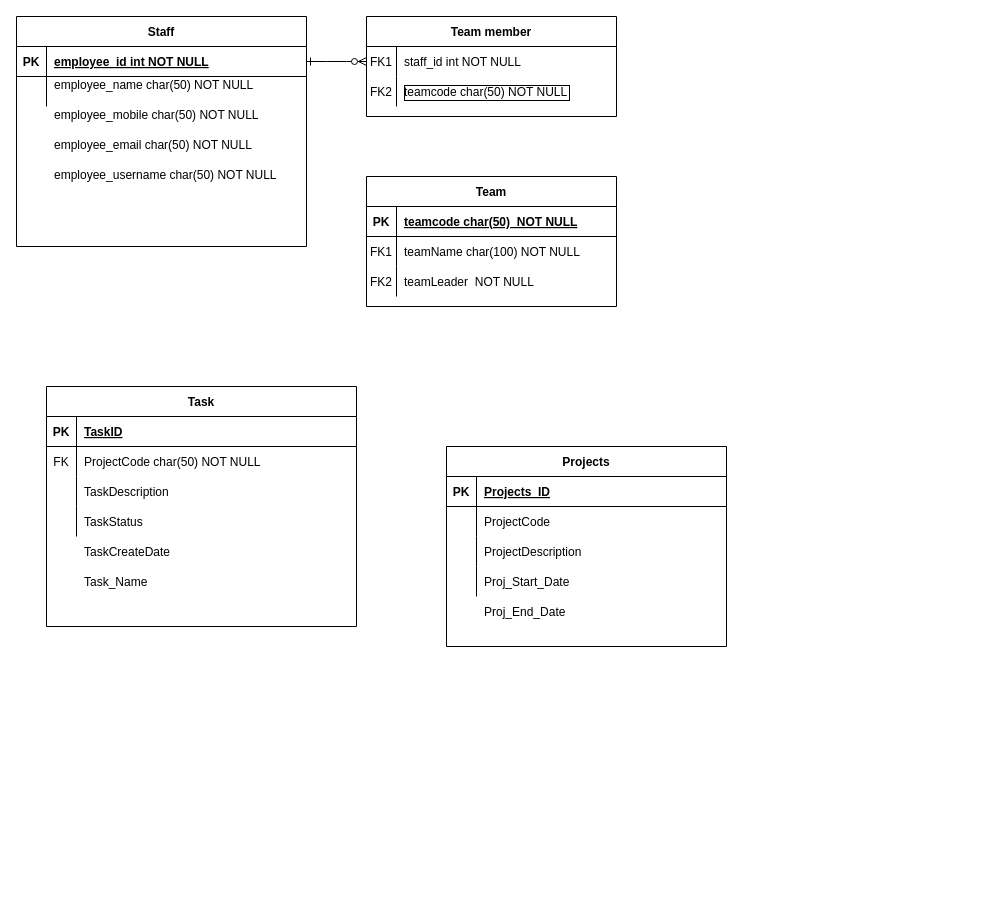
Before: Untitled Diagram.drawio in rdazmn/FYP, a draw.io diagram. Source tidied: cells renumbered, new cells numbered last; positions are measured from the earlier drawing's top-left corner, leaving out a move shared by most shapes. Both pictures are drawn from the tidied source at 100%, with x=0, y=0 at pixel (16, 16).
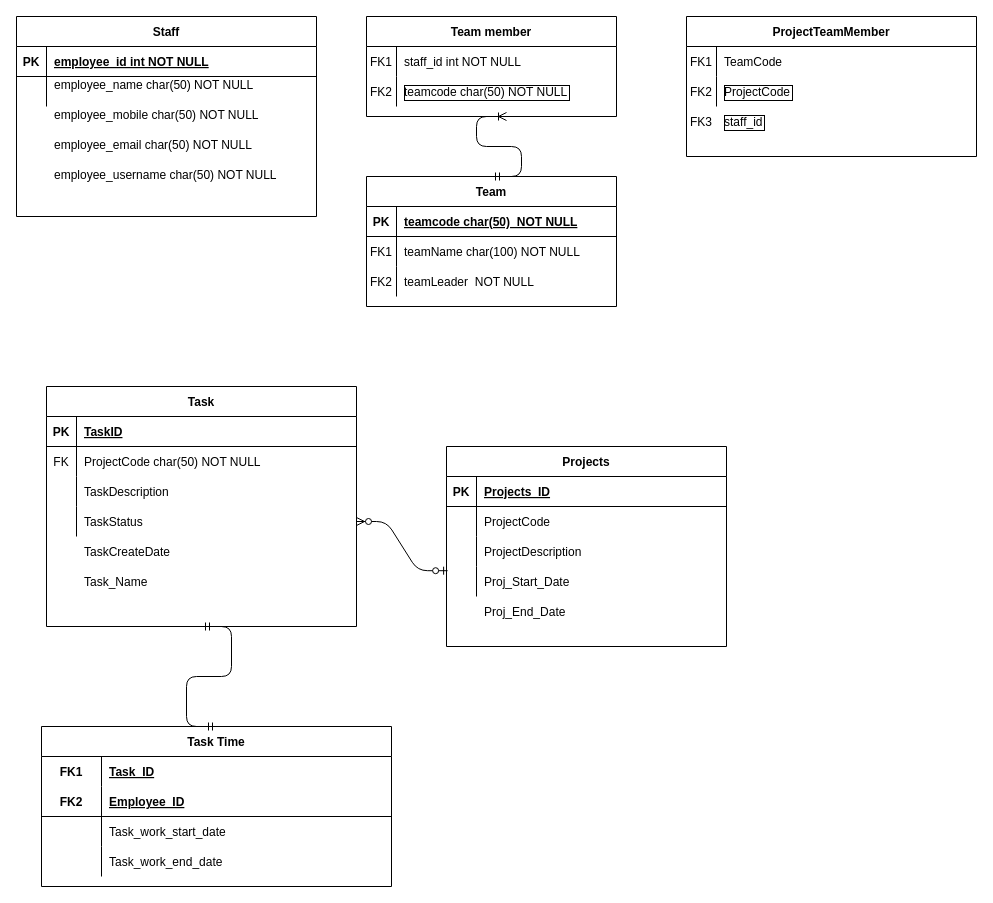
Above is the later version.

Unchanged cells that the change refers to:
```xml
<mxCell id="4" style="shape=partialRectangle;fillColor=none;points=[[0,0.5],[1,0.5]];portConstraint=eastwest;top=0;left=0;right=0;bottom=0;" parent="3" vertex="1">
  <mxGeometry y="30" width="250" height="30" as="geometry" />
</mxCell>
<mxCell id="10" value="Team" style="shape=table;startSize=30;childLayout=tableLayout;rowLines=0;fontStyle=1;align=center;" parent="1" vertex="1">
  <mxGeometry x="350" y="160" width="250" height="130" as="geometry" />
</mxCell>
<mxCell id="31" value="Task" style="shape=table;startSize=30;childLayout=tableLayout;rowLines=0;fontStyle=1;align=center;" parent="1" vertex="1">
  <mxGeometry x="30" y="370" width="310" height="240" as="geometry" />
</mxCell>
<mxCell id="41" style="shape=partialRectangle;fillColor=none;top=0;left=0;bottom=0;right=0;points=[[0,0.5],[1,0.5]];portConstraint=eastwest;" parent="31" vertex="1">
  <mxGeometry y="120" width="310" height="30" as="geometry" />
</mxCell>
<mxCell id="60" style="shape=partialRectangle;fillColor=none;top=0;left=0;bottom=0;right=0;points=[[0,0.5],[1,0.5]];portConstraint=eastwest;" parent="50" vertex="1">
  <mxGeometry y="120" width="280" height="30" as="geometry" />
</mxCell>
```

Diff of the diagram source:
```diff
@@
-    <mxCell id="2" style="edgeStyle=entityRelationEdgeStyle;endArrow=ERzeroToMany;startArrow=ERone;endFill=1;startFill=0;" parent="1" edge="1" source="21" target="4">
-      <mxGeometry relative="1" as="geometry" />
-    </mxCell>
@@
     <mxCell id="20" value="Staff" style="shape=table;startSize=30;childLayout=tableLayout;rowLines=0;fontStyle=1;align=center;" parent="1" vertex="1">
-      <mxGeometry width="290" height="230" as="geometry" />
+      <mxGeometry width="300" height="200" as="geometry" />
     </mxCell>
     <mxCell id="21" style="shape=partialRectangle;fillColor=none;points=[[0,0.5],[1,0.5]];portConstraint=eastwest;top=0;left=0;right=0;bottom=1;" parent="20" vertex="1">
-      <mxGeometry y="30" width="290" height="30" as="geometry" />
+      <mxGeometry y="30" width="300" height="30" as="geometry" />
     </mxCell>
@@
     <mxCell id="23" value="employee_id int NOT NULL " style="shape=partialRectangle;overflow=hidden;fillColor=none;top=0;left=0;bottom=0;right=0;align=left;spacingLeft=6;fontStyle=5;" parent="21" vertex="1">
-      <mxGeometry x="30" width="260" height="30" as="geometry" />
+      <mxGeometry x="30" width="270" height="30" as="geometry" />
     </mxCell>
     <mxCell id="24" style="shape=partialRectangle;fillColor=none;top=0;left=0;right=0;bottom=0;" parent="20" vertex="1">
-      <mxGeometry y="60" width="290" height="30" as="geometry" />
+      <mxGeometry y="60" width="300" height="30" as="geometry" />
     </mxCell>
@@
     <mxCell id="26" value="employee_name char(50) NOT NULL&#10;" style="shape=partialRectangle;overflow=hidden;fillColor=none;top=0;left=0;bottom=0;right=0;align=left;spacingLeft=6;" parent="24" vertex="1">
-      <mxGeometry x="30" width="260" height="30" as="geometry" />
+      <mxGeometry x="30" width="270" height="30" as="geometry" />
     </mxCell>
@@
+    <mxCell id="64" value="Task Time" style="shape=table;startSize=30;childLayout=tableLayout;rowLines=0;fontStyle=1;align=center;" parent="1" vertex="1">
+      <mxGeometry x="25" y="710" width="350" height="160" as="geometry" />
+    </mxCell>
+    <mxCell id="65" style="shape=partialRectangle;fillColor=none;top=0;left=0;bottom=0;right=0;" parent="64" vertex="1">
+      <mxGeometry y="30" width="350" height="30" as="geometry" />
+    </mxCell>
+    <mxCell id="66" value="FK1" style="shape=partialRectangle;fillColor=none;top=0;left=0;bottom=0;right=0;fontStyle=1;overflow=hidden;" parent="65" vertex="1">
+      <mxGeometry width="60" height="30" as="geometry" />
+    </mxCell>
+    <mxCell id="67" value="Task_ID" style="shape=partialRectangle;fillColor=none;top=0;left=0;bottom=0;right=0;align=left;spacingLeft=6;fontStyle=5;overflow=hidden;" parent="65" vertex="1">
+      <mxGeometry x="60" width="290" height="30" as="geometry" />
+    </mxCell>
+    <mxCell id="68" style="shape=partialRectangle;fillColor=none;top=0;left=0;bottom=1;right=0;" parent="64" vertex="1">
+      <mxGeometry y="60" width="350" height="30" as="geometry" />
+    </mxCell>
+    <mxCell id="69" value="FK2" style="shape=partialRectangle;fillColor=none;top=0;left=0;bottom=0;right=0;fontStyle=1;overflow=hidden;" parent="68" vertex="1">
+      <mxGeometry width="60" height="30" as="geometry" />
+    </mxCell>
+    <mxCell id="70" value="Employee_ID" style="shape=partialRectangle;fillColor=none;top=0;left=0;bottom=0;right=0;align=left;spacingLeft=6;fontStyle=5;overflow=hidden;" parent="68" vertex="1">
+      <mxGeometry x="60" width="290" height="30" as="geometry" />
+    </mxCell>
+    <mxCell id="71" style="shape=partialRectangle;fillColor=none;top=0;left=0;bottom=0;right=0;" parent="64" vertex="1">
+      <mxGeometry y="90" width="350" height="30" as="geometry" />
+    </mxCell>
+    <mxCell id="72" style="shape=partialRectangle;fillColor=none;top=0;left=0;bottom=0;right=0;overflow=hidden;" parent="71" vertex="1">
+      <mxGeometry width="60" height="30" as="geometry" />
+    </mxCell>
+    <mxCell id="73" value="Task_work_start_date" style="shape=partialRectangle;fillColor=none;top=0;left=0;bottom=0;right=0;align=left;spacingLeft=6;overflow=hidden;" parent="71" vertex="1">
+      <mxGeometry x="60" width="290" height="30" as="geometry" />
+    </mxCell>
+    <mxCell id="74" style="shape=partialRectangle;fillColor=none;top=0;left=0;bottom=0;right=0;" parent="64" vertex="1">
+      <mxGeometry y="120" width="350" height="30" as="geometry" />
+    </mxCell>
+    <mxCell id="75" style="shape=partialRectangle;fillColor=none;top=0;left=0;bottom=0;right=0;overflow=hidden;" parent="74" vertex="1">
+      <mxGeometry width="60" height="30" as="geometry" />
+    </mxCell>
+    <mxCell id="76" value="Task_work_end_date" style="shape=partialRectangle;fillColor=none;top=0;left=0;bottom=0;right=0;align=left;spacingLeft=6;overflow=hidden;" parent="74" vertex="1">
+      <mxGeometry x="60" width="290" height="30" as="geometry" />
+    </mxCell>
+    <mxCell id="77" value="ProjectTeamMember" style="shape=table;startSize=30;childLayout=tableLayout;rowLines=0;fontStyle=1;align=center;" parent="1" vertex="1">
+      <mxGeometry x="670" width="290" height="140" as="geometry" />
+    </mxCell>
+    <mxCell id="78" style="shape=partialRectangle;fillColor=none;top=0;left=0;right=0;bottom=0;" parent="77" vertex="1">
+      <mxGeometry y="30" width="290" height="30" as="geometry" />
+    </mxCell>
+    <mxCell id="79" value="FK1" style="shape=partialRectangle;overflow=hidden;fillColor=none;top=0;left=0;bottom=0;right=0;" parent="78" vertex="1">
+      <mxGeometry width="30" height="30" as="geometry" />
+    </mxCell>
+    <mxCell id="80" value="TeamCode" style="shape=partialRectangle;overflow=hidden;fillColor=none;top=0;left=0;bottom=0;right=0;align=left;spacingLeft=6;" parent="78" vertex="1">
+      <mxGeometry x="30" width="260" height="30" as="geometry" />
+    </mxCell>
+    <mxCell id="81" style="shape=partialRectangle;fillColor=none;top=0;left=0;right=0;bottom=0;" parent="77" vertex="1">
+      <mxGeometry y="60" width="290" height="30" as="geometry" />
+    </mxCell>
+    <mxCell id="82" style="shape=partialRectangle;overflow=hidden;fillColor=none;top=0;left=0;bottom=0;right=0;" parent="81" vertex="1">
+      <mxGeometry width="30" height="30" as="geometry" />
+    </mxCell>
+    <mxCell id="83" value="ProjectCode" style="shape=partialRectangle;overflow=hidden;fillColor=none;top=0;left=0;bottom=0;right=0;align=left;spacingLeft=6;labelBorderColor=#000000;" parent="81" vertex="1">
+      <mxGeometry x="30" width="260" height="30" as="geometry" />
+    </mxCell>
+    <mxCell id="84" value="FK2" style="shape=partialRectangle;overflow=hidden;fillColor=none;top=0;left=0;bottom=0;right=0;" parent="1" vertex="1">
+      <mxGeometry x="670" y="60" width="30" height="30" as="geometry" />
+    </mxCell>
+    <mxCell id="85" value="FK3" style="shape=partialRectangle;overflow=hidden;fillColor=none;top=0;left=0;bottom=0;right=0;" parent="1" vertex="1">
+      <mxGeometry x="670" y="90" width="30" height="30" as="geometry" />
+    </mxCell>
+    <mxCell id="86" value="staff_id" style="shape=partialRectangle;overflow=hidden;fillColor=none;top=0;left=0;bottom=0;right=0;align=left;spacingLeft=6;labelBorderColor=#000000;" parent="1" vertex="1">
+      <mxGeometry x="700" y="90" width="260" height="30" as="geometry" />
+    </mxCell>
+    <mxCell id="87" style="edgeStyle=entityRelationEdgeStyle;fontSize=12;html=1;endArrow=ERzeroToMany;startArrow=ERzeroToOne;exitX=0.004;exitY=0.14;exitDx=0;exitDy=0;exitPerimeter=0;entryX=1;entryY=0.5;entryDx=0;entryDy=0;" parent="1" edge="1" source="60" target="41">
+      <mxGeometry relative="1" as="geometry" />
+    </mxCell>
+    <mxCell id="88" style="edgeStyle=entityRelationEdgeStyle;fontSize=12;html=1;endArrow=ERmandOne;startArrow=ERmandOne;entryX=0.5;entryY=1;entryDx=0;entryDy=0;exitX=0.5;exitY=0;exitDx=0;exitDy=0;" parent="1" edge="1" source="64" target="31">
+      <mxGeometry relative="1" as="geometry" />
+    </mxCell>
+    <mxCell id="89" style="edgeStyle=entityRelationEdgeStyle;fontSize=12;html=1;endArrow=ERoneToMany;startArrow=ERmandOne;exitX=0.5;exitY=0;exitDx=0;exitDy=0;" parent="1" edge="1" source="10">
+      <mxGeometry relative="1" as="geometry">
+        <mxPoint x="490" y="100" as="targetPoint" />
+      </mxGeometry>
+    </mxCell>
```
